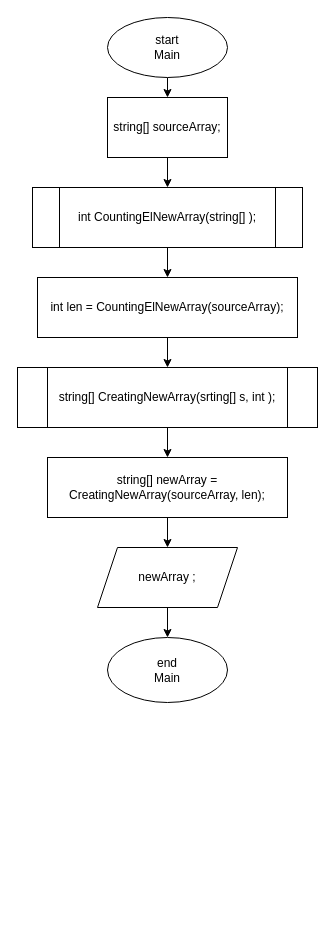
Earlier version of the draw.io diagram page "Страница 1" (1 of 4) of finalVerificationWork/finalVerificationWork.dio (AleksandrKrivoruchko/homework). Source tidied: cells renumbered, new cells numbered last; positions are measured from the earlier drawing's top-left corner, leaving out a move shared by most shapes. Both pictures are drawn from the tidied source at 100%, with x=0, y=0 at pixel (17, 17).
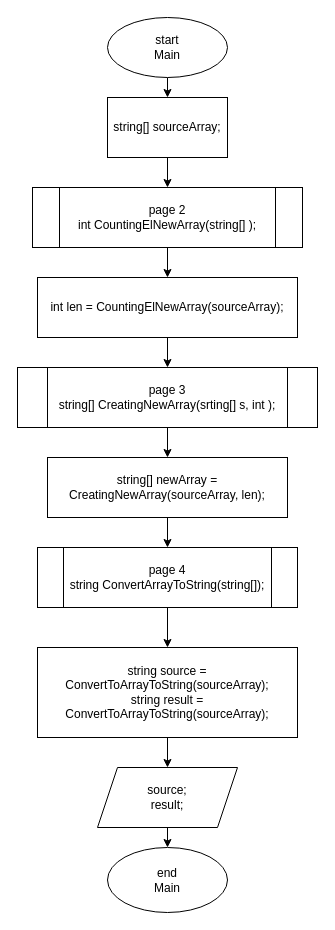
The same page after the edit.

Commit message:
Added flowcharts of methods

Unchanged cells that the change refers to:
```xml
<mxCell id="16" value="string[] newArray = CreatingNewArray(sourceArray, len);" style="rounded=0;whiteSpace=wrap;html=1;" parent="1" vertex="1">
  <mxGeometry x="30" y="440" width="240" height="60" as="geometry" />
</mxCell>
```

Change to the diagram source:
```diff
@@
-    <mxCell id="7" value="int CountingElNewArray(string[] );" style="shape=process;whiteSpace=wrap;html=1;backgroundOutline=1;" parent="1" vertex="1">
+    <mxCell id="7" value="page 2&lt;br&gt;int CountingElNewArray(string[] );" style="shape=process;whiteSpace=wrap;html=1;backgroundOutline=1;" parent="1" vertex="1">
       <mxGeometry x="15" y="170" width="270" height="60" as="geometry" />
     </mxCell>
@@
-    <mxCell id="9" value="string[] CreatingNewArray(srting[] s, int );" style="shape=process;whiteSpace=wrap;html=1;backgroundOutline=1;" parent="1" vertex="1">
+    <mxCell id="9" value="page 3&lt;br&gt;string[] CreatingNewArray(srting[] s, int );" style="shape=process;whiteSpace=wrap;html=1;backgroundOutline=1;" parent="1" vertex="1">
       <mxGeometry y="350" width="300" height="60" as="geometry" />
     </mxCell>
@@
-    <mxCell id="11" value="newArray ;" style="shape=parallelogram;perimeter=parallelogramPerimeter;whiteSpace=wrap;html=1;fixedSize=1;" parent="1" vertex="1">
-      <mxGeometry x="80" y="530" width="140" height="60" as="geometry" />
+    <mxCell id="11" value="source;&lt;br&gt;result;" style="shape=parallelogram;perimeter=parallelogramPerimeter;whiteSpace=wrap;html=1;fixedSize=1;" parent="1" vertex="1">
+      <mxGeometry x="80" y="750" width="140" height="60" as="geometry" />
     </mxCell>
     <mxCell id="12" value="end&lt;br&gt;Main" style="ellipse;whiteSpace=wrap;html=1;" parent="1" vertex="1">
-      <mxGeometry x="90" y="620" width="120" height="65" as="geometry" />
+      <mxGeometry x="90" y="830" width="120" height="65" as="geometry" />
     </mxCell>
@@
-    <mxCell id="15" style="edgeStyle=none;html=1;entryX=0.5;entryY=0;entryDx=0;entryDy=0;" parent="1" edge="1" source="16" target="11">
-      <mxGeometry relative="1" as="geometry" />
-    </mxCell>
+    <mxCell id="17" style="edgeStyle=none;html=1;entryX=0.5;entryY=0;entryDx=0;entryDy=0;" parent="1" edge="1" source="16" target="19">
+      <mxGeometry relative="1" as="geometry" />
+    </mxCell>
@@
+    <mxCell id="18" style="edgeStyle=none;html=1;entryX=0.5;entryY=0;entryDx=0;entryDy=0;" parent="1" edge="1" source="19" target="21">
+      <mxGeometry relative="1" as="geometry" />
+    </mxCell>
+    <mxCell id="19" value="page 4&lt;br&gt;string ConvertArrayToString(string[]);" style="shape=process;whiteSpace=wrap;html=1;backgroundOutline=1;" parent="1" vertex="1">
+      <mxGeometry x="20" y="530" width="260" height="60" as="geometry" />
+    </mxCell>
+    <mxCell id="20" style="edgeStyle=none;html=1;entryX=0.5;entryY=0;entryDx=0;entryDy=0;" parent="1" edge="1" source="21" target="11">
+      <mxGeometry relative="1" as="geometry" />
+    </mxCell>
+    <mxCell id="21" value="string source = ConvertToArrayToString(sourceArray);&lt;br&gt;string result = ConvertToArrayToString(sourceArray);" style="rounded=0;whiteSpace=wrap;html=1;" parent="1" vertex="1">
+      <mxGeometry x="20" y="630" width="260" height="90" as="geometry" />
+    </mxCell>
```
